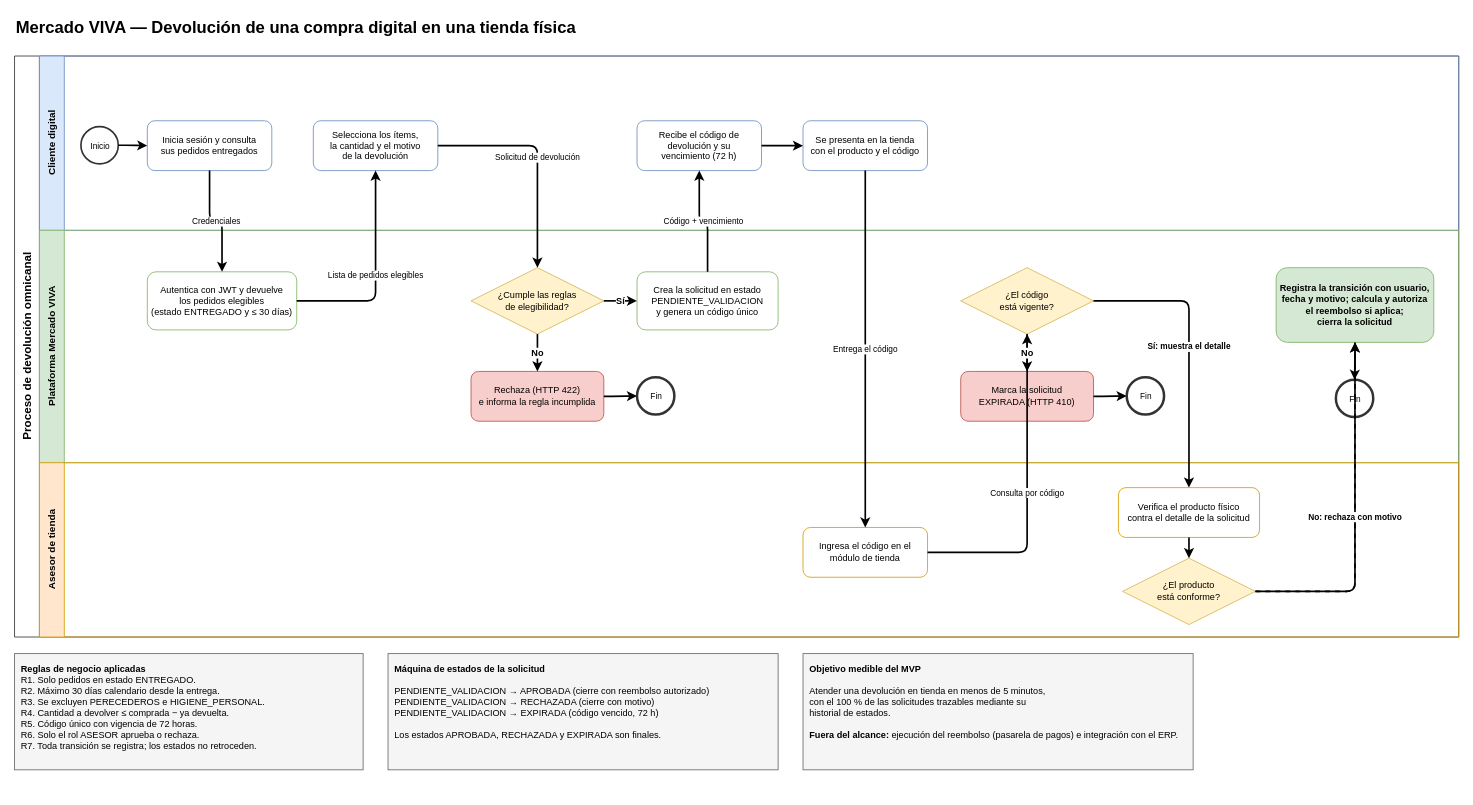
This is page "1. Proceso de negocio" (1 of 2) of diagramas/MercadoVIVA_Devoluciones.drawio from onlypanther/mercado-viva-devoluciones, a draw.io file, before an edit. Source tidied: cells renumbered, new cells numbered last; positions are measured from the earlier drawing's top-left corner, leaving out a move shared by most shapes. Both pictures are drawn from the tidied source at 83%, with x=0, y=0 at pixel (14, 14).
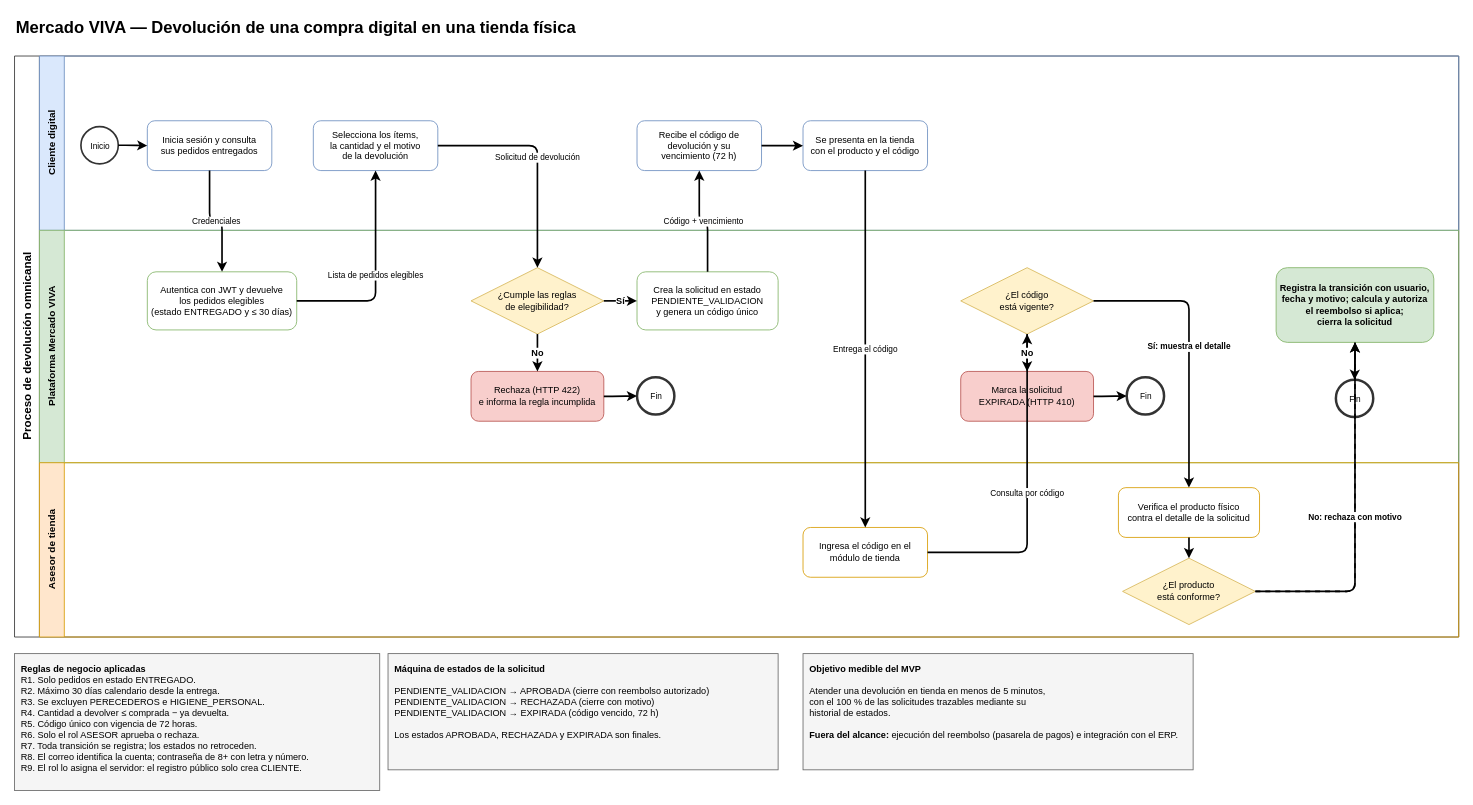
Above is the later version.

Commit message (it also covers changes not shown here):
Diagramas actualizados: plataformas, reglas R8 y R9, e imagenes PNG

Change to the diagram source:
```diff
@@
-    <mxCell id="43" value="&lt;b&gt;Reglas de negocio aplicadas&lt;/b&gt;&lt;br&gt;R1. Solo pedidos en estado ENTREGADO.&lt;br&gt;R2. Máximo 30 días calendario desde la entrega.&lt;br&gt;R3. Se excluyen PERECEDEROS e HIGIENE_PERSONAL.&lt;br&gt;R4. Cantidad a devolver ≤ comprada − ya devuelta.&lt;br&gt;R5. Código único con vigencia de 72 horas.&lt;br&gt;R6. Solo el rol ASESOR aprueba o rechaza.&lt;br&gt;R7. Toda transición se registra; los estados no retroceden." style="rounded=0;whiteSpace=wrap;html=1;align=left;verticalAlign=top;fillColor=#f5f5f5;strokeColor=#666666;fontSize=11;spacing=8;" parent="1" vertex="1">
-      <mxGeometry y="770" width="420" height="140" as="geometry" />
+    <mxCell id="43" value="&lt;b&gt;Reglas de negocio aplicadas&lt;/b&gt;&lt;br&gt;R1. Solo pedidos en estado ENTREGADO.&lt;br&gt;R2. Máximo 30 días calendario desde la entrega.&lt;br&gt;R3. Se excluyen PERECEDEROS e HIGIENE_PERSONAL.&lt;br&gt;R4. Cantidad a devolver ≤ comprada − ya devuelta.&lt;br&gt;R5. Código único con vigencia de 72 horas.&lt;br&gt;R6. Solo el rol ASESOR aprueba o rechaza.&lt;br&gt;R7. Toda transición se registra; los estados no retroceden.&lt;br&gt;R8. El correo identifica la cuenta; contraseña de 8+ con letra y número.&lt;br&gt;R9. El rol lo asigna el servidor: el registro público solo crea CLIENTE." style="rounded=0;whiteSpace=wrap;html=1;align=left;verticalAlign=top;fillColor=#f5f5f5;strokeColor=#666666;fontSize=11;spacing=8;" parent="1" vertex="1">
+      <mxGeometry y="770" width="440" height="165" as="geometry" />
     </mxCell>
```
